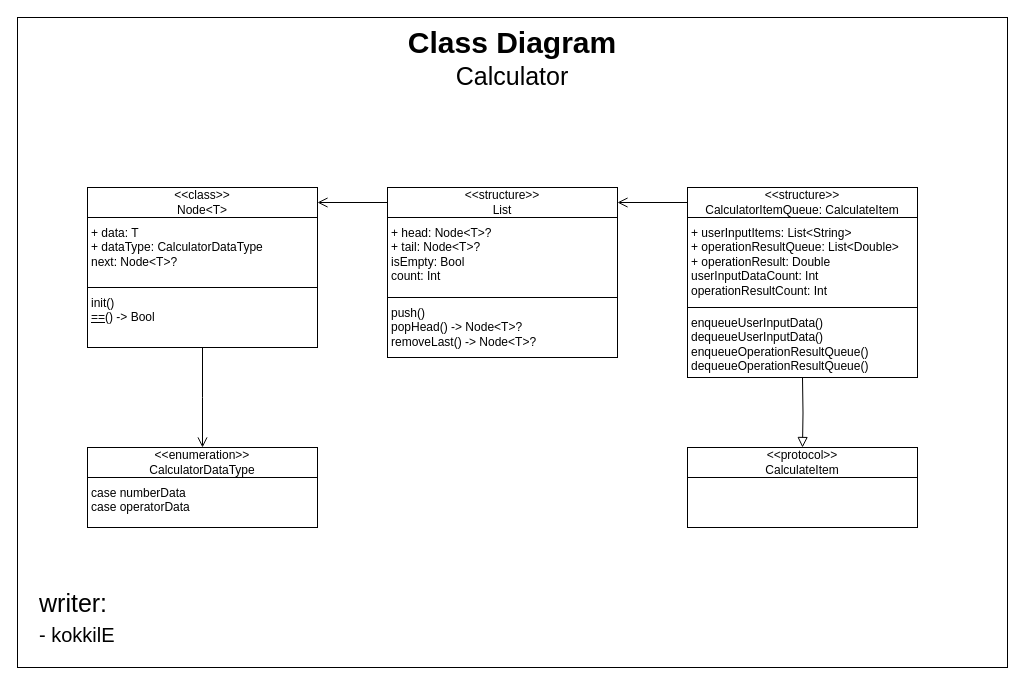
Above: Diagram/step1_ClassDiagram.drawio in yagom-academy/ios-calculator-app (draw.io), before the change. Source tidied: cells renumbered, new cells numbered last; positions are measured from the earlier drawing's top-left corner, leaving out a move shared by most shapes. Both pictures are drawn from the tidied source at 100%, with x=0, y=0 at pixel (17, 17).
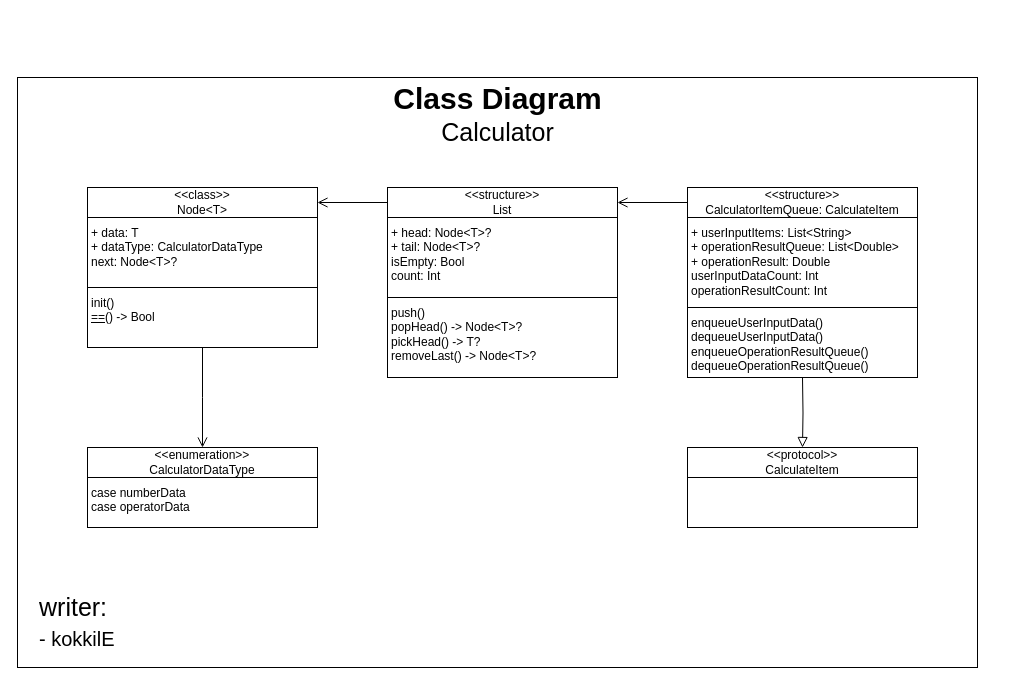
The same diagram, later.

Commit message (it also covers changes not shown here):
refactor: 네이밍 수정 및 Class Diagram 최신화

The edit, as a diff of the source:
```diff
@@
     <mxCell id="2" style="group;" parent="1" vertex="1">
-      <mxGeometry width="990" height="650" as="geometry" />
+      <mxGeometry y="60" width="960" height="590" as="geometry" />
     </mxCell>
     <mxCell id="3" style="rounded=0;whiteSpace=wrap;html=1;" parent="2" vertex="1">
-      <mxGeometry width="990" height="650" as="geometry" />
+      <mxGeometry width="960" height="590" as="geometry" />
     </mxCell>
     <mxCell id="4" value="&lt;font&gt;&lt;span style=&quot;font-weight: bold; font-size: 30px;&quot;&gt;Class Diagram&lt;/span&gt;&lt;br&gt;&lt;font style=&quot;font-size: 25px;&quot;&gt;Calculator&lt;/font&gt;&lt;/font&gt;" style="rounded=0;whiteSpace=wrap;html=1;strokeColor=none;fillColor=none;" parent="2" vertex="1">
-      <mxGeometry x="346.2" width="297.5" height="80" as="geometry" />
+      <mxGeometry x="335.8" width="288.5" height="72.6" as="geometry" />
     </mxCell>
     <mxCell id="5" value="writer:&amp;nbsp;&lt;br&gt;&lt;div style=&quot;&quot;&gt;&lt;span style=&quot;font-size: 20px;&quot;&gt;- kokkilE&lt;/span&gt;&lt;/div&gt;" style="rounded=0;whiteSpace=wrap;html=1;fontSize=25;fillColor=none;align=left;spacingLeft=20;strokeColor=none;spacingBottom=20;" parent="2" vertex="1">
-      <mxGeometry y="570" width="190" height="80" as="geometry" />
+      <mxGeometry y="517.4" width="184.2" height="72.6" as="geometry" />
     </mxCell>
@@
     <mxCell id="17" style="group;" parent="1" vertex="1">
-      <mxGeometry x="370" y="170" width="230" height="170" as="geometry" />
+      <mxGeometry x="370" y="170" width="230" height="190" as="geometry" />
     </mxCell>
@@
-    <mxCell id="20" value="push()&lt;br&gt;popHead() -&amp;gt; Node&amp;lt;T&amp;gt;?&lt;br&gt;removeLast() -&amp;gt; Node&amp;lt;T&amp;gt;?" style="rounded=0;whiteSpace=wrap;html=1;align=left;verticalAlign=top;spacingTop=2;spacingLeft=2;spacingBottom=2;spacingRight=2;" parent="17" vertex="1">
-      <mxGeometry y="110" width="230" height="60" as="geometry" />
+    <mxCell id="20" value="push()&lt;br&gt;popHead() -&amp;gt; Node&amp;lt;T&amp;gt;?&lt;br&gt;pickHead() -&amp;gt; T?&lt;br&gt;removeLast() -&amp;gt; Node&amp;lt;T&amp;gt;?" style="rounded=0;whiteSpace=wrap;html=1;align=left;verticalAlign=top;spacingTop=2;spacingLeft=2;spacingBottom=2;spacingRight=2;" parent="17" vertex="1">
+      <mxGeometry y="110" width="230" height="80" as="geometry" />
     </mxCell>
```
